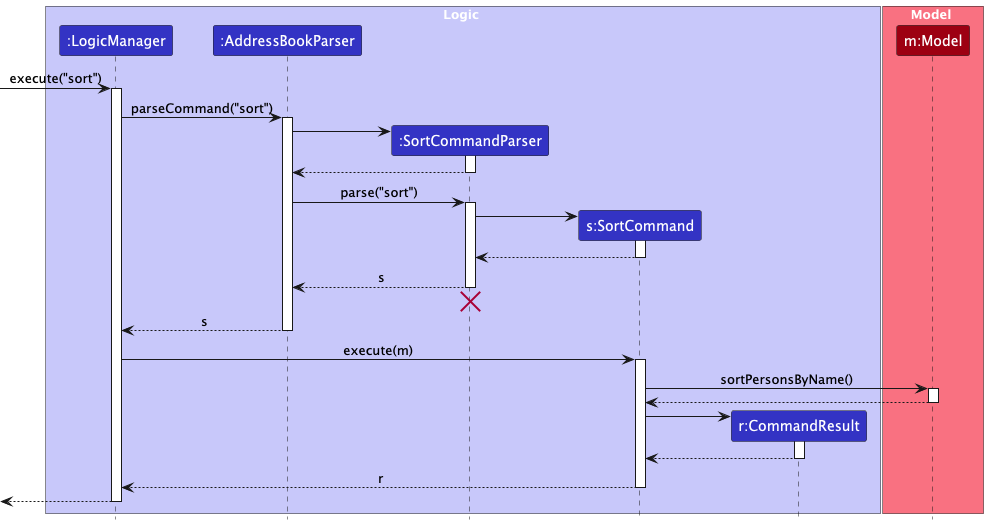
Before: docs/images/SortSequenceDiagram.png, a diagram exported from PlantUML (boinkkitty/tp).
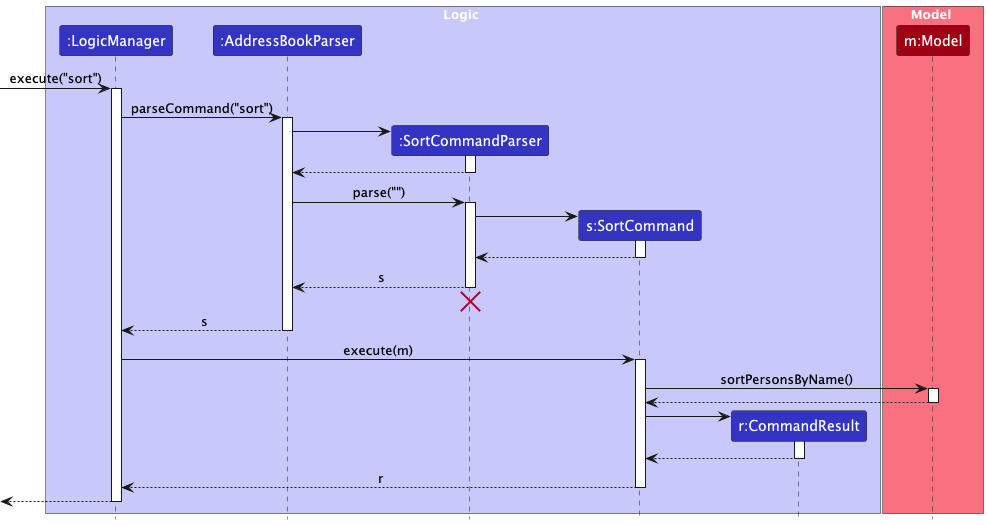
Above is the later version.

What changed in the source:
```diff
@@ -30,7 +30,7 @@
 deactivate SortCommandParser
 
 
-AddressBookParser -> SortCommandParser: parse("sort")
+AddressBookParser -> SortCommandParser: parse("")
 
 activate SortCommandParser
 
```
